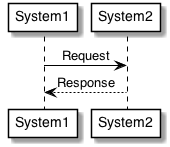
joelparkerhenderson/plantuml-examples keeps this PlantUML diagram as doc/sequence_diagram/sequence_diagram.png. Above is the earlier version.
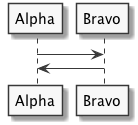
The same file after the commit.

The edit, as a diff of the source:
```diff
@@ -1,80 +1,5 @@
 @startuml
-
-skinparam defaultFontName  Helvetica
-skinparam sequenceMessageAlign center
 skinparam monochrome true
-
-skinparam activity {
-	ArrowColor Black
-	BackgroundColor White
-	BorderColor Black
-	BorderThickness 1
-}
-
-skinparam actor {
-	BackgroundColor White
-	BorderColor Black
-}
-
-skinparam usecase {
-	ArrowColor Black
-	BackgroundColor White
-	BorderColor Black
-	BorderThickness 1
-}
-
-skinparam class {
-	ArrowColor Black
-	BackgroundColor White
-	BorderColor Black
-	BorderThickness 1
-}
-
-
-skinparam object {
-	ArrowColor Black
-	BackgroundColor White
-	BorderColor Black
-}
-
-skinparam package {
-	BackgroundColor White
-	BorderColor Black
-}
-
-
-skinparam component {
-	BackgroundColor White
-	InterfaceBackgroundColor White
-	BorderColor Black
-	InterfaceBorderColor Black
-}
-
-skinparam note {
-	BackgroundColor White
-	BorderColor Black
-}
-
-skinparam state {
-	ArrowColor Black
-	BackgroundColor White
-	BorderColor Black
-}
-
-skinparam sequence {
-	ArrowColor Black
-	BackgroundColor White
-	ParticipantBackgroundColor White
-	BorderColor Black
-	LifeLineBorderColor Black
-	ParticipantBorderColor Black
-	BoxLineColor Black
-}
-
-skinparam interface {
-	BackgroundColor White
-	BorderColor Black
-}
-System1 -> System2: Request
-System2 --> System1: Response
+Alpha -> Bravo
+Bravo -> Alpha
 @enduml
```
